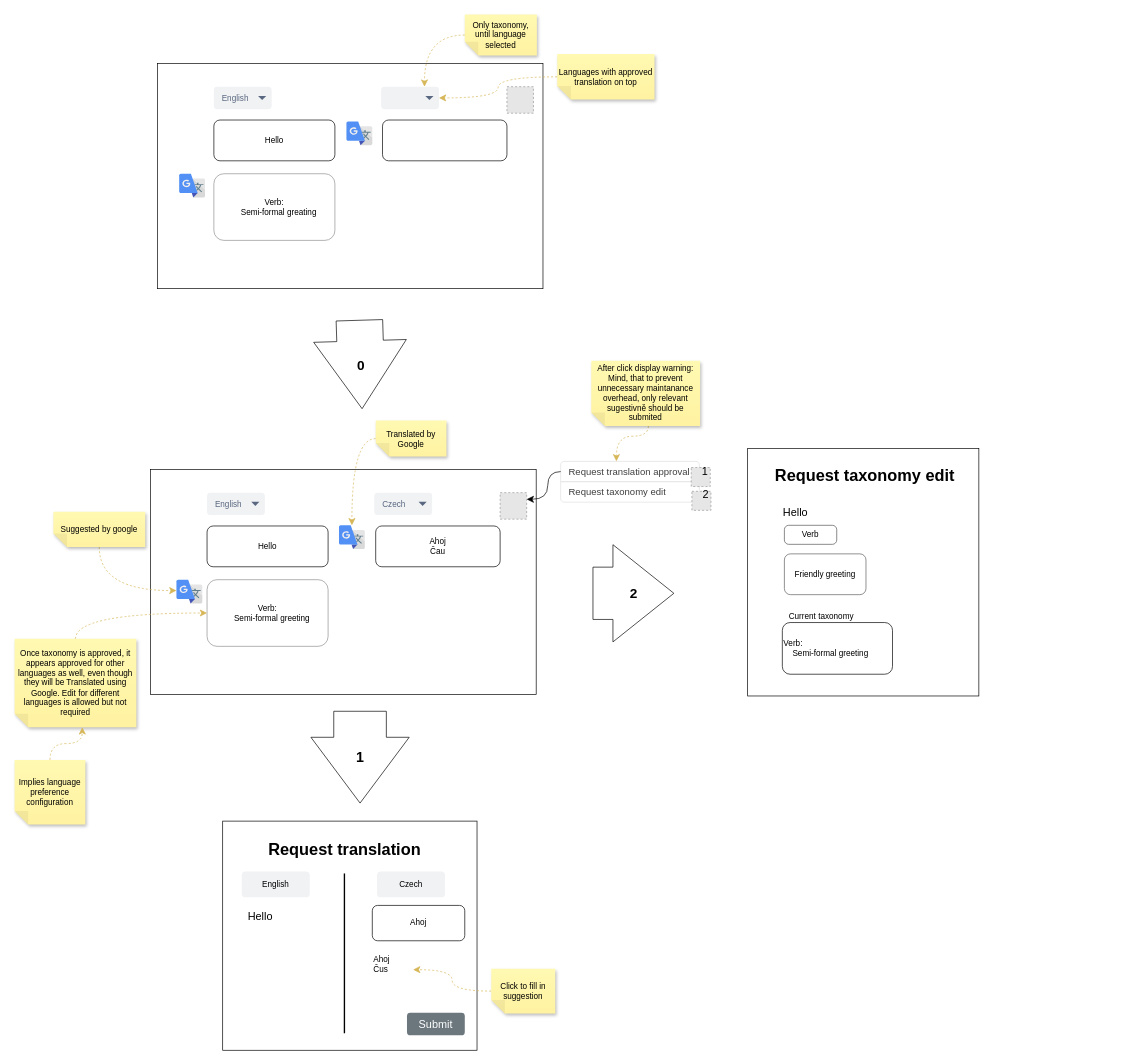
Above: page "index" (1 of 5) of docs/wireframes/CompanyTranslate.drawio in josefdostal/company-translate (draw.io), before the change. Source tidied: cells renumbered, new cells numbered last; positions are measured from the earlier drawing's top-left corner, leaving out a move shared by most shapes. Both pictures are drawn from the tidied source at 68%, with x=0, y=0 at pixel (14, 14). Pictures stored in the file or linked from it are replaced by grey dashed boxes.
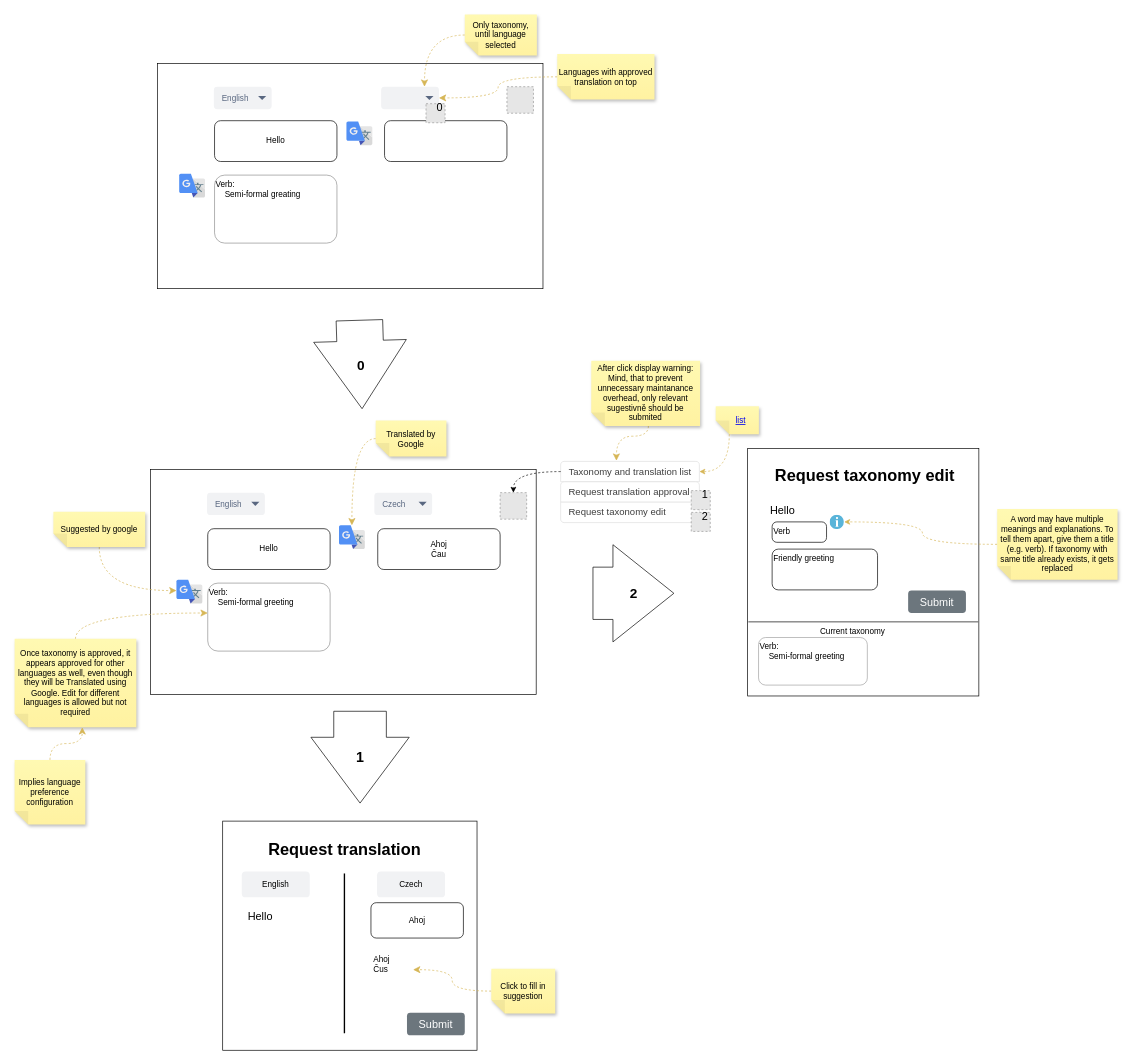
Above is the later version.

The change refers to these unchanged cells:
```xml
<mxCell id="27" style="fillColor=#E6E6E6;strokeColor=#999999;dashed=1;html=1;verticalAlign=top;verticalLabelPosition=bottom;labelBackgroundColor=#ffffff;" parent="6" vertex="1">
  <mxGeometry x="714" y="703" width="39" height="39" as="geometry" />
</mxCell>
<mxCell id="33" value="After click display warning: Mind, that to prevent unnecessary maintanance overhead, only relevant sugestivně should be submited" style="shape=note;whiteSpace=wrap;html=1;backgroundOutline=1;fontColor=#000000;darkOpacity=0.05;fillColor=#FFF9B2;strokeColor=none;fillStyle=solid;direction=west;gradientDirection=north;gradientColor=#FFF2A1;shadow=1;size=20;" parent="6" vertex="1">
  <mxGeometry x="848" y="509" width="160" height="96" as="geometry" />
</mxCell>
```

What changed in the source:
```diff
@@
     <mxCell id="13" value="Hello" style="rounded=1;whiteSpace=wrap;html=1;" parent="6" vertex="1">
-      <mxGeometry x="283" y="752" width="178" height="60" as="geometry" />
+      <mxGeometry x="284" y="756" width="180" height="60" as="geometry" />
     </mxCell>
-    <mxCell id="14" value="&lt;span style=&quot;text-align: left;&quot;&gt;Verb:&lt;/span&gt;&lt;div style=&quot;text-align: left;&quot;&gt;&amp;nbsp; &amp;nbsp; Semi-formal greeting&lt;/div&gt;" style="rounded=1;whiteSpace=wrap;html=1;labelBorderColor=none;strokeColor=#8F8F8F;" parent="6" vertex="1">
-      <mxGeometry x="283" y="831" width="178" height="98" as="geometry" />
+    <mxCell id="14" value="&lt;span style=&quot;&quot;&gt;Verb:&lt;/span&gt;&lt;div style=&quot;&quot;&gt;&amp;nbsp; &amp;nbsp; Semi-formal greeting&lt;/div&gt;" style="rounded=1;whiteSpace=wrap;html=1;labelBorderColor=none;strokeColor=#8F8F8F;align=left;verticalAlign=top;" parent="6" vertex="1">
+      <mxGeometry x="284" y="836" width="180" height="100" as="geometry" />
     </mxCell>
@@
     <mxCell id="20" style="group;" parent="6" vertex="1">
-      <mxGeometry x="526" y="1310" width="136" height="52" as="geometry" />
+      <mxGeometry x="524" y="1306" width="140" height="50" as="geometry" />
     </mxCell>
@@
     <mxCell id="26" value="Ahoj&lt;div&gt;Čau&lt;/div&gt;" style="rounded=1;whiteSpace=wrap;html=1;" parent="6" vertex="1">
-      <mxGeometry x="531" y="752" width="183" height="60" as="geometry" />
+      <mxGeometry x="534" y="756" width="180" height="60" as="geometry" />
     </mxCell>
@@
     <mxCell id="28" style="swimlane;fontStyle=0;horizontal=1;startSize=0;whiteSpace=wrap;html=1;strokeColor=none;fillColor=none;" parent="6" vertex="1">
-      <mxGeometry x="803" y="657" width="204" height="60" as="geometry" />
+      <mxGeometry x="803" y="657" width="204" height="90" as="geometry" />
     </mxCell>
+    <mxCell id="72" value="&lt;span style=&quot;color: rgb(63, 63, 63); font-size: 14px; caret-color: rgb(63, 63, 63);&quot;&gt;Taxonomy and translation list&lt;/span&gt;" style="text;strokeColor=#DFDFDF;fillColor=#FFFFFF;align=left;verticalAlign=middle;spacingLeft=10;spacingRight=10;overflow=hidden;portConstraint=eastwest;whiteSpace=wrap;html=1;shape=mxgraph.bootstrap.topButton;rSize=5;fontColor=#333333;" parent="28" vertex="1">
+      <mxGeometry width="204" height="30" as="geometry" />
+    </mxCell>
-    <mxCell id="29" value="&lt;span style=&quot;caret-color: rgb(63, 63, 63); color: rgb(63, 63, 63); font-size: 14px;&quot;&gt;Request translation approval&lt;/span&gt;" style="text;strokeColor=#DFDFDF;fillColor=#FFFFFF;align=left;verticalAlign=middle;spacingLeft=10;spacingRight=10;overflow=hidden;points=[[0,0.5],[1,0.5]];portConstraint=eastwest;whiteSpace=wrap;html=1;shape=mxgraph.bootstrap.topButton;rSize=5;fontColor=#333333;" parent="28" vertex="1">
-      <mxGeometry width="204" height="30" as="geometry" />
+    <mxCell id="29" value="&lt;span style=&quot;caret-color: rgb(63, 63, 63); color: rgb(63, 63, 63); font-size: 14px;&quot;&gt;Request translation approval&lt;/span&gt;" style="text;strokeColor=#DFDFDF;fillColor=#FFFFFF;align=left;verticalAlign=middle;spacingLeft=10;spacingRight=10;overflow=hidden;portConstraint=eastwest;whiteSpace=wrap;html=1;shape=mxgraph.bootstrap.topButton;rSize=5;fontColor=#333333;" parent="28" vertex="1">
+      <mxGeometry y="30" width="204" height="30" as="geometry" />
     </mxCell>
     <mxCell id="30" value="&lt;span style=&quot;caret-color: rgb(63, 63, 63); color: rgb(63, 63, 63); font-size: 14px;&quot;&gt;Request taxonomy edit&lt;/span&gt;" style="text;strokeColor=#DFDFDF;fillColor=#FFFFFF;align=left;verticalAlign=middle;spacingLeft=10;spacingRight=10;overflow=hidden;whiteSpace=wrap;html=1;shape=mxgraph.bootstrap.bottomButton;rSize=5;fontColor=#333333;" parent="28" vertex="1">
-      <mxGeometry y="30" width="204" height="30" as="geometry" />
+      <mxGeometry y="60" width="204" height="30" as="geometry" />
     </mxCell>
-    <mxCell id="31" style="edgeStyle=orthogonalEdgeStyle;curved=1;rounded=0;jettySize=auto;html=1;entryX=1;entryY=0.25;entryDx=0;entryDy=0;fontSize=12;startSize=8;endSize=8;exitX=0;exitY=0.5;exitDx=0;exitDy=0;" parent="6" edge="1" source="29" target="27">
+    <mxCell id="31" style="edgeStyle=orthogonalEdgeStyle;curved=1;rounded=0;jettySize=auto;html=1;entryX=1;entryY=0.25;entryDx=0;entryDy=0;fontSize=12;startSize=8;endSize=8;" parent="6" edge="1" target="27">
       <mxGeometry relative="1" as="geometry">
         <Array as="points">
           <mxPoint x="784" y="672" />
           <mxPoint x="784" y="713" />
         </Array>
       </mxGeometry>
     </mxCell>
-    <mxCell id="32" style="edgeStyle=orthogonalEdgeStyle;curved=1;rounded=0;jettySize=auto;html=1;fontSize=12;startSize=8;endSize=8;dashed=1;fillColor=#fff2cc;strokeColor=#d6b656;" parent="6" edge="1" source="33" target="29">
+    <mxCell id="32" style="edgeStyle=orthogonalEdgeStyle;curved=1;rounded=0;jettySize=auto;html=1;fontSize=12;startSize=8;endSize=8;dashed=1;fillColor=#fff2cc;strokeColor=#d6b656;" parent="6" edge="1" source="33">
       <mxGeometry relative="1" as="geometry">
+        <mxPoint x="885" y="656" as="targetPoint" />
         <Array as="points">
           <mxPoint x="932" y="620" />
           <mxPoint x="885" y="620" />
         </Array>
       </mxGeometry>
     </mxCell>
@@
     <mxCell id="40" value="Hello" style="rounded=1;whiteSpace=wrap;html=1;" parent="6" vertex="1">
-      <mxGeometry x="293" y="155" width="178" height="60" as="geometry" />
+      <mxGeometry x="294" y="156" width="180" height="60" as="geometry" />
     </mxCell>
-    <mxCell id="41" value="&lt;span style=&quot;text-align: left;&quot;&gt;Verb:&lt;/span&gt;&lt;div style=&quot;text-align: left;&quot;&gt;&amp;nbsp; &amp;nbsp; Semi-formal greating&lt;/div&gt;" style="rounded=1;whiteSpace=wrap;html=1;labelBorderColor=none;strokeColor=#8F8F8F;" parent="6" vertex="1">
-      <mxGeometry x="293" y="234" width="178" height="98" as="geometry" />
+    <mxCell id="41" value="&lt;span style=&quot;&quot;&gt;Verb:&lt;/span&gt;&lt;div style=&quot;&quot;&gt;&amp;nbsp; &amp;nbsp; Semi-formal greating&lt;/div&gt;" style="rounded=1;whiteSpace=wrap;html=1;labelBorderColor=none;strokeColor=#8F8F8F;verticalAlign=top;align=left;labelPosition=center;verticalLabelPosition=middle;" parent="6" vertex="1">
+      <mxGeometry x="294" y="236" width="180" height="100" as="geometry" />
     </mxCell>
     <mxCell id="42" style="rounded=1;whiteSpace=wrap;html=1;" parent="6" vertex="1">
-      <mxGeometry x="541" y="155" width="183" height="60" as="geometry" />
+      <mxGeometry x="544" y="156" width="180" height="60" as="geometry" />
     </mxCell>
@@
-    <mxCell id="52" value="2" style="shape=flexArrow;endArrow=classic;html=1;rounded=0;fontSize=20;startSize=8;endSize=29.53846153846154;curved=1;width=76.92307692307692;endWidth=65;fontStyle=1;" parent="6" edge="1">
-      <mxGeometry relative="1" as="geometry">
-        <mxPoint x="850" y="851" as="sourcePoint" />
-        <mxPoint x="970" y="851" as="targetPoint" />
-      </mxGeometry>
-    </mxCell>
@@
     <mxCell id="54" value="Hello" style="text;html=1;align=center;verticalAlign=middle;strokeColor=none;fillColor=none;fontSize=16;" parent="6" vertex="1">
-      <mxGeometry x="1121" y="716" width="54" height="31" as="geometry" />
+      <mxGeometry x="1102" y="713.5" width="54" height="31" as="geometry" />
     </mxCell>
-    <mxCell id="55" value="Friendly greeting" style="rounded=1;whiteSpace=wrap;html=1;strokeColor=#5E5E5E;" parent="6" vertex="1">
-      <mxGeometry x="1132" y="793" width="120" height="60" as="geometry" />
+    <mxCell id="55" value="Friendly greeting" style="rounded=1;whiteSpace=wrap;html=1;strokeColor=#000000;align=left;verticalAlign=top;" parent="6" vertex="1">
+      <mxGeometry x="1114" y="786" width="155" height="60" as="geometry" />
     </mxCell>
-    <mxCell id="56" value="Verb" style="rounded=1;whiteSpace=wrap;html=1;strokeColor=#545454;fontColor=#000000;arcSize=23;" parent="6" vertex="1">
-      <mxGeometry x="1132" y="751" width="77" height="28" as="geometry" />
+    <mxCell id="56" value="Verb" style="rounded=1;whiteSpace=wrap;html=1;strokeColor=#000000;fontColor=#000000;arcSize=23;align=left;" parent="6" vertex="1">
+      <mxGeometry x="1114" y="746" width="80" height="30" as="geometry" />
     </mxCell>
     <mxCell id="57" value="Current taxonomy" style="text;html=1;align=center;verticalAlign=middle;whiteSpace=wrap;rounded=0;" parent="6" vertex="1">
-      <mxGeometry x="1129" y="870" width="115" height="30" as="geometry" />
+      <mxGeometry x="1175" y="892" width="115" height="30" as="geometry" />
     </mxCell>
-    <mxCell id="58" value="Verb:&lt;div&gt;&amp;nbsp; &amp;nbsp; Semi-formal greeting&lt;/div&gt;" style="rounded=1;whiteSpace=wrap;html=1;align=left;" parent="6" vertex="1">
-      <mxGeometry x="1129" y="894" width="162" height="76" as="geometry" />
+    <mxCell id="58" value="Verb:&lt;div&gt;&amp;nbsp; &amp;nbsp; Semi-formal greeting&lt;/div&gt;" style="rounded=1;whiteSpace=wrap;html=1;align=left;strokeColor=#A1A1A1;horizontal=1;verticalAlign=top;" parent="6" vertex="1">
+      <mxGeometry x="1094" y="916" width="160" height="70" as="geometry" />
     </mxCell>
@@
+    <mxCell id="73" style="line;strokeWidth=1;html=1;" parent="6" vertex="1">
+      <mxGeometry x="1079" y="888" width="338" height="10" as="geometry" />
+    </mxCell>
+    <mxCell id="74" value="Submit" style="html=1;shadow=0;dashed=0;shape=mxgraph.bootstrap.rrect;rSize=5;strokeColor=none;strokeWidth=1;fillColor=#6C767D;fontColor=#FFFFFF;whiteSpace=wrap;align=center;verticalAlign=middle;spacingLeft=0;fontStyle=0;fontSize=16;spacing=5;fontFamily=Helvetica;" parent="6" vertex="1">
+      <mxGeometry x="1314" y="847" width="85" height="33" as="geometry" />
+    </mxCell>
+    <mxCell id="75" style="sketch=0;html=1;points=[];align=center;image;fontSize=12;image=img/lib/mscae/Info.svg;strokeColor=#A1A1A1;strokeWidth=1;" parent="6" vertex="1">
+      <mxGeometry x="1199" y="736" width="21" height="21" as="geometry" />
+    </mxCell>
+    <mxCell id="76" style="edgeStyle=orthogonalEdgeStyle;html=1;curved=1;dashed=1;fillColor=#fff2cc;strokeColor=#d6b656;" parent="6" edge="1" source="77" target="75">
+      <mxGeometry relative="1" as="geometry">
+        <Array as="points">
+          <mxPoint x="1335" y="779" />
+          <mxPoint x="1335" y="746" />
+        </Array>
+      </mxGeometry>
+    </mxCell>
+    <mxCell id="77" value="A word may have multiple meanings and explanations. To tell them apart, give them a title (e.g. verb). If taxonomy with same title already exists, it gets replaced" style="shape=note;whiteSpace=wrap;html=1;backgroundOutline=1;fontColor=#000000;darkOpacity=0.05;fillColor=#FFF9B2;strokeColor=none;fillStyle=solid;direction=west;gradientDirection=north;gradientColor=#FFF2A1;shadow=1;size=20;strokeWidth=1;" parent="6" vertex="1">
+      <mxGeometry x="1445" y="727" width="177" height="104" as="geometry" />
+    </mxCell>
+    <mxCell id="78" style="edgeStyle=orthogonalEdgeStyle;curved=1;html=1;dashed=1;fillColor=#fff2cc;strokeColor=#d6b656;entryX=1;entryY=0.5;entryDx=0;entryDy=0;" parent="6" edge="1" source="80">
+      <mxGeometry relative="1" as="geometry">
+        <Array as="points">
+          <mxPoint x="1050" y="672" />
+        </Array>
+      </mxGeometry>
+    </mxCell>
+    <mxCell id="79" style="group;" parent="6" vertex="1">
+      <mxGeometry x="1031" y="576" width="63.5" height="41" as="geometry" />
+    </mxCell>
+    <mxCell id="80" style="shape=note;whiteSpace=wrap;html=1;backgroundOutline=1;fontColor=#000000;darkOpacity=0.05;fillColor=#FFF9B2;strokeColor=none;fillStyle=solid;direction=west;gradientDirection=north;gradientColor=#FFF2A1;shadow=1;size=20;strokeWidth=1;" parent="79" vertex="1">
+      <mxGeometry width="63.5" height="41" as="geometry" />
+    </mxCell>
+    <mxCell id="81" value="list" style="fontColor=#0000EE;fontStyle=4;rounded=1;overflow=hidden;spacing=10;strokeColor=none;strokeWidth=1;arcSize=37;fillColor=none;" parent="79" vertex="1">
+      <mxGeometry x="18" y="3" width="38" height="35" as="geometry" />
+    </mxCell>
@@
     <mxCell id="64" style="group;" parent="63" vertex="1">
-      <mxGeometry x="995" y="655" width="33" height="39" as="geometry" />
+      <mxGeometry x="995" y="689" width="33" height="39" as="geometry" />
     </mxCell>
@@
     <mxCell id="67" style="group;" parent="63" vertex="1">
-      <mxGeometry x="996" y="690" width="34" height="39" as="geometry" />
+      <mxGeometry x="995" y="721" width="34" height="39" as="geometry" />
     </mxCell>
@@
+    <mxCell id="52" value="2" style="shape=flexArrow;endArrow=classic;html=1;rounded=0;fontSize=20;startSize=8;endSize=29.53846153846154;curved=1;width=76.92307692307692;endWidth=65;fontStyle=1;" parent="63" edge="1">
+      <mxGeometry relative="1" as="geometry">
+        <mxPoint x="850" y="851" as="sourcePoint" />
+        <mxPoint x="970" y="851" as="targetPoint" />
+      </mxGeometry>
+    </mxCell>
+    <mxCell id="82" style="group;" parent="63" vertex="1">
+      <mxGeometry x="605" y="120" width="34" height="39" as="geometry" />
+    </mxCell>
+    <mxCell id="83" style="fillColor=#E6E6E6;strokeColor=#999999;dashed=1;html=1;verticalAlign=top;verticalLabelPosition=bottom;labelBackgroundColor=#ffffff;" parent="82" vertex="1">
+      <mxGeometry y="11" width="28" height="28" as="geometry" />
+    </mxCell>
+    <mxCell id="84" value="0" style="text;html=1;align=center;verticalAlign=middle;strokeColor=none;fillColor=none;fontSize=16;" parent="82" vertex="1">
+      <mxGeometry x="6" width="27" height="31" as="geometry" />
+    </mxCell>
+    <mxCell id="85" style="edgeStyle=orthogonalEdgeStyle;curved=1;html=1;entryX=0.5;entryY=0;entryDx=0;entryDy=0;dashed=1;" parent="63" edge="1" source="72" target="27">
+      <mxGeometry relative="1" as="geometry" />
+    </mxCell>
+    <mxCell id="86" style="edgeStyle=orthogonalEdgeStyle;curved=1;html=1;dashed=1;fillColor=#fff2cc;strokeColor=#d6b656;exitX=0;exitY=0;exitDx=43.5;exitDy=0;exitPerimeter=0;" parent="63" edge="1" source="80" target="72">
+      <mxGeometry relative="1" as="geometry" />
+    </mxCell>
```
